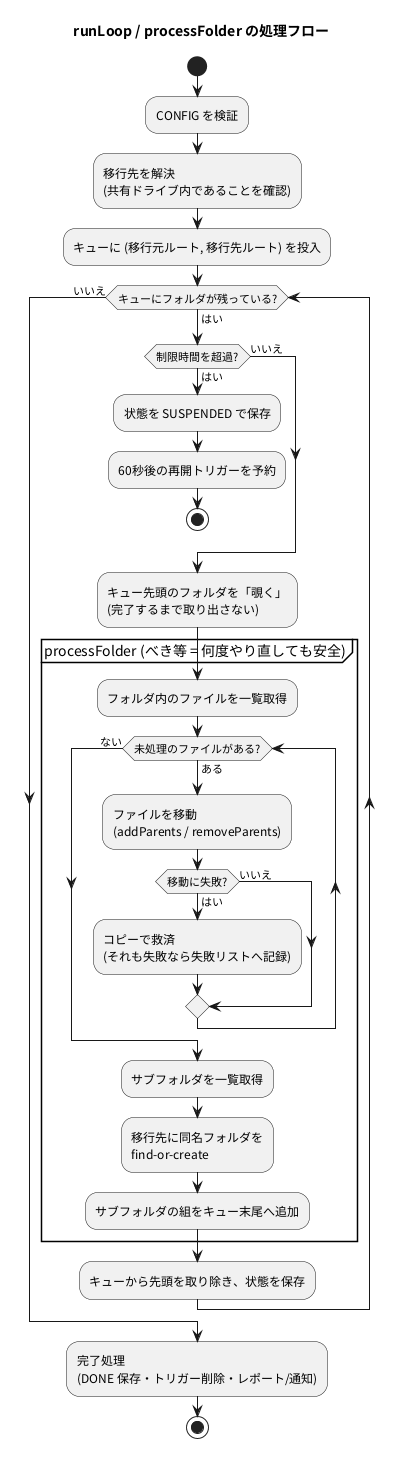
pollenjp-org/sandbox keeps this PlantUML diagram as gas-drive-migration-2026-07-11/plantuml/out/05_activity_folder_loop.png. Above is the earlier version. Its diagram source:
```plantuml
@startuml 05_activity_folder_loop
skinparam defaultFontName "Noto Sans CJK JP"
skinparam shadowing false
title runLoop / processFolder の処理フロー

start
:CONFIG を検証;
:移行先を解決\n(共有ドライブ内であることを確認);
:キューに (移行元ルート, 移行先ルート) を投入;

while (キューにフォルダが残っている?) is (はい)
  if (制限時間を超過?) then (はい)
    :状態を SUSPENDED で保存;
    :60秒後の再開トリガーを予約;
    stop
  else (いいえ)
  endif
  :キュー先頭のフォルダを「覗く」\n(完了するまで取り出さない);
  partition "processFolder (べき等 = 何度やり直しても安全)" {
    :フォルダ内のファイルを一覧取得;
    while (未処理のファイルがある?) is (ある)
      :ファイルを移動\n(addParents / removeParents);
      if (移動に失敗?) then (はい)
        :コピーで救済\n(それも失敗なら失敗リストへ記録);
      else (いいえ)
      endif
    endwhile (ない)
    :サブフォルダを一覧取得;
    :移行先に同名フォルダを\nfind-or-create;
    :サブフォルダの組をキュー末尾へ追加;
  }
  :キューから先頭を取り除き、状態を保存;
endwhile (いいえ)

:完了処理\n(DONE 保存・トリガー削除・レポート/通知);
stop
@enduml
```
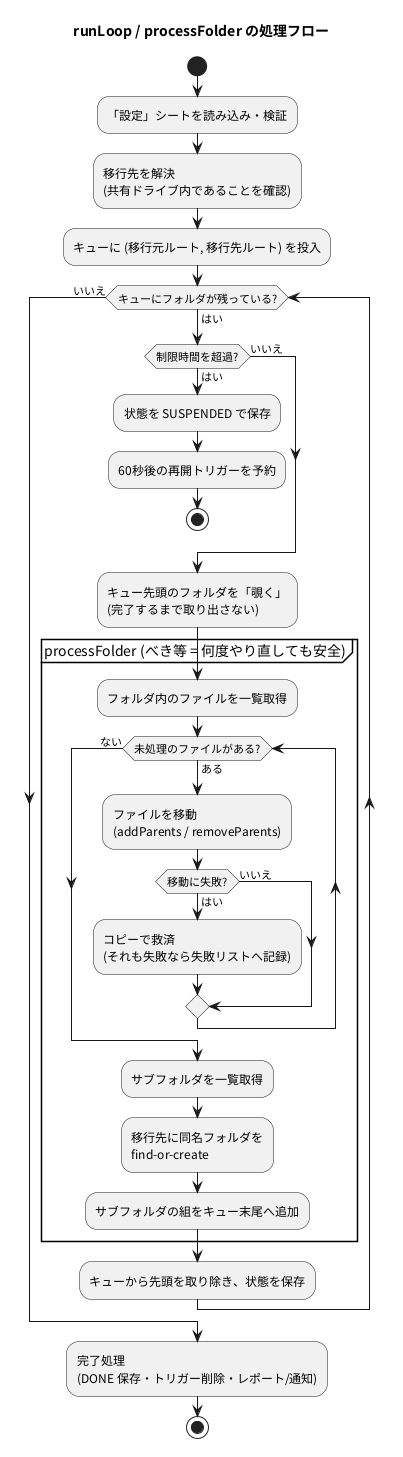
After the change.

What changed in the source:
```diff
@@ -4,7 +4,7 @@
 title runLoop / processFolder の処理フロー
 
 start
-:CONFIG を検証;
+:「設定」シートを読み込み・検証;
 :移行先を解決\n(共有ドライブ内であることを確認);
 :キューに (移行元ルート, 移行先ルート) を投入;
 
```
